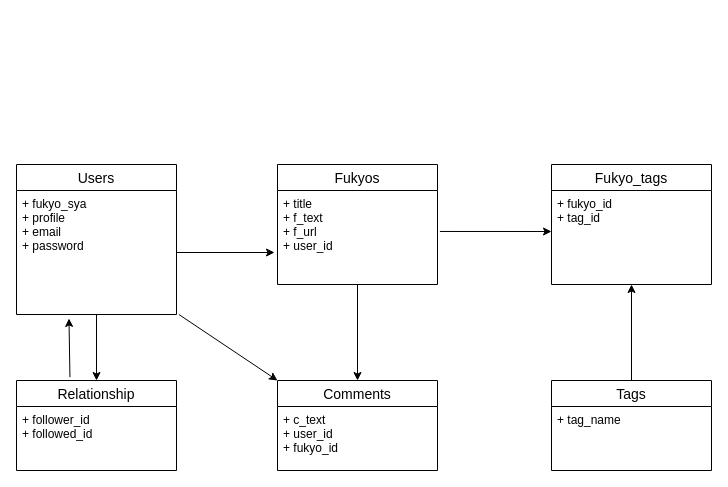
Earlier version of the draw.io diagram app/fukyo.dio (Acetaff/fukyo_app). Source tidied: cells renumbered, new cells numbered last; positions are measured from the earlier drawing's top-left corner, leaving out a move shared by most shapes. Both pictures are drawn from the tidied source at 100%, with x=0, y=0 at pixel (16, 164).
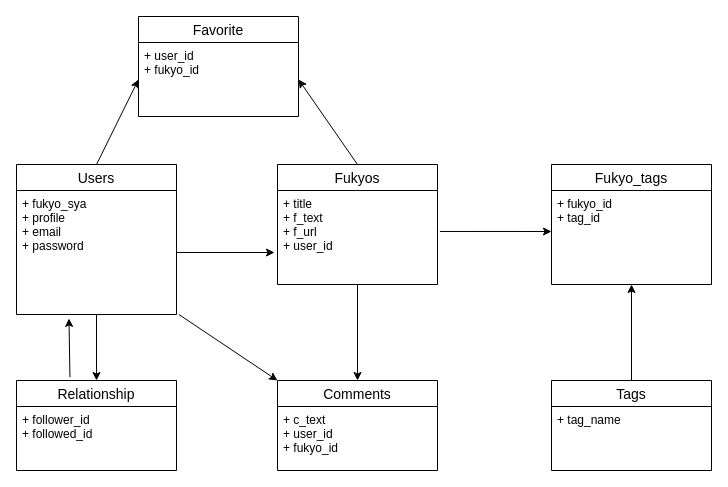
After the change.

Commit message (it also covers changes not shown here):
フォロー機能のテーブルを追加設計

The change refers to these unchanged cells:
```xml
<mxCell id="3" value="Users" style="swimlane;fontStyle=0;horizontal=1;startSize=26;align=center;fontSize=14;" parent="1" vertex="1">
  <mxGeometry width="160" height="150" as="geometry" />
</mxCell>
<mxCell id="5" value="Fukyos" style="swimlane;fontStyle=0;horizontal=1;startSize=26;align=center;fontSize=14;" parent="1" vertex="1">
  <mxGeometry x="261" width="160" height="120" as="geometry" />
</mxCell>
```

Change to the diagram source:
```diff
@@
+    <mxCell id="21" style="edgeStyle=none;html=1;entryX=0;entryY=0.5;entryDx=0;entryDy=0;exitX=0.5;exitY=0;exitDx=0;exitDy=0;" parent="1" edge="1" source="3" target="24">
+      <mxGeometry relative="1" as="geometry" />
+    </mxCell>
@@
+    <mxCell id="22" style="edgeStyle=none;html=1;exitX=0.5;exitY=0;exitDx=0;exitDy=0;entryX=1;entryY=0.5;entryDx=0;entryDy=0;" parent="1" edge="1" source="5" target="24">
+      <mxGeometry relative="1" as="geometry" />
+    </mxCell>
@@
+    <mxCell id="23" value="Favorite" style="swimlane;fontStyle=0;horizontal=1;startSize=26;align=center;fontSize=14;" parent="1" vertex="1">
+      <mxGeometry x="122" y="-148" width="160" height="100" as="geometry" />
+    </mxCell>
+    <mxCell id="24" value="+ user_id&#10;+ fukyo_id" style="text;strokeColor=none;fillColor=none;spacingLeft=4;spacingRight=4;overflow=hidden;points=[[0,0.5],[1,0.5]];portConstraint=eastwest;fontSize=12;" parent="23" vertex="1">
+      <mxGeometry y="26" width="160" height="74" as="geometry" />
+    </mxCell>
```
